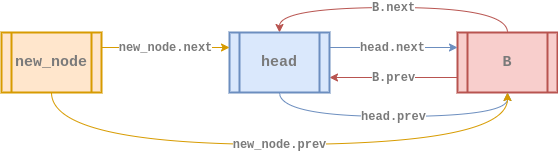
Above: assets/images/data-structure/linked-list/cll-doubly-insert_at3.png in rolemadelen/euisblue.github.io (draw.io), before the change. Source tidied: cells renumbered, new cells last; positions are measured from the earlier drawing's top-left corner, leaving out a move shared by most shapes.
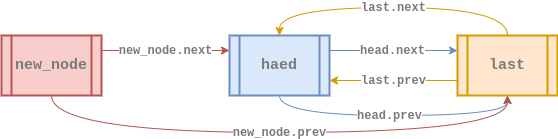
Above is the later version.

The edit, as a diff of the source:
```diff
@@ -2,46 +2,46 @@
   <root>
     <mxCell id="0" />
     <mxCell id="1" parent="0" />
-    <mxCell id="2" value="&lt;b style=&quot;color: rgb(0 , 0 , 0) ; font-size: 11px ; font-style: normal ; letter-spacing: normal ; text-align: center ; text-indent: 0px ; text-transform: none ; word-spacing: 0px ; font-family: &amp;#34;courier new&amp;#34;&quot;&gt;&lt;font color=&quot;#7a7a7a&quot; style=&quot;font-size: 12px&quot;&gt;B.prev&lt;/font&gt;&lt;/b&gt;" style="edgeStyle=none;rounded=0;sketch=0;jettySize=auto;html=1;exitX=0;exitY=0.75;exitDx=0;exitDy=0;entryX=1;entryY=0.75;entryDx=0;entryDy=0;strokeColor=#b85450;strokeWidth=1;fillColor=#f8cecc;" parent="1" edge="1" source="4" target="7">
+    <mxCell id="2" value="&lt;b style=&quot;color: rgb(0 , 0 , 0) ; font-size: 11px ; font-style: normal ; letter-spacing: normal ; text-align: center ; text-indent: 0px ; text-transform: none ; word-spacing: 0px ; font-family: &amp;#34;courier new&amp;#34;&quot;&gt;&lt;font color=&quot;#7a7a7a&quot; style=&quot;font-size: 12px&quot;&gt;last.prev&lt;/font&gt;&lt;/b&gt;" style="edgeStyle=none;rounded=0;sketch=0;jettySize=auto;html=1;exitX=0;exitY=0.75;exitDx=0;exitDy=0;entryX=1;entryY=0.75;entryDx=0;entryDy=0;strokeColor=#d79b00;strokeWidth=1;fillColor=#ffe6cc;" parent="1" edge="1" source="4" target="7">
       <mxGeometry relative="1" as="geometry" />
     </mxCell>
-    <mxCell id="3" value="&lt;b style=&quot;color: rgb(0 , 0 , 0) ; font-size: 11px ; font-style: normal ; letter-spacing: normal ; text-align: center ; text-indent: 0px ; text-transform: none ; word-spacing: 0px ; font-family: &amp;#34;courier new&amp;#34;&quot;&gt;&lt;font color=&quot;#7a7a7a&quot; style=&quot;font-size: 12px&quot;&gt;B.next&lt;/font&gt;&lt;/b&gt;" style="edgeStyle=orthogonalEdgeStyle;rounded=0;jettySize=auto;html=1;exitX=0.5;exitY=0;exitDx=0;exitDy=0;entryX=0.5;entryY=0;entryDx=0;entryDy=0;fillColor=#f8cecc;strokeColor=#b85450;curved=1;" parent="1" edge="1" source="4" target="7">
+    <mxCell id="3" value="&lt;b style=&quot;color: rgb(0 , 0 , 0) ; font-size: 11px ; font-style: normal ; letter-spacing: normal ; text-align: center ; text-indent: 0px ; text-transform: none ; word-spacing: 0px ; font-family: &amp;#34;courier new&amp;#34;&quot;&gt;&lt;font color=&quot;#7a7a7a&quot; style=&quot;font-size: 12px&quot;&gt;last.next&lt;/font&gt;&lt;/b&gt;" style="edgeStyle=orthogonalEdgeStyle;rounded=0;jettySize=auto;html=1;exitX=0.5;exitY=0;exitDx=0;exitDy=0;entryX=0.5;entryY=0;entryDx=0;entryDy=0;strokeColor=#d79b00;curved=1;fillColor=#ffe6cc;" parent="1" edge="1" source="4" target="7">
       <mxGeometry relative="1" as="geometry">
         <Array as="points">
-          <mxPoint x="506" />
-          <mxPoint x="278" />
+          <mxPoint x="506" y="-3" />
+          <mxPoint x="278" y="-3" />
         </Array>
       </mxGeometry>
     </mxCell>
-    <mxCell id="4" value="&lt;b&gt;&lt;font style=&quot;font-size: 15px ; font-style: normal&quot; face=&quot;Courier New&quot; color=&quot;#7a7a7a&quot;&gt;B&lt;/font&gt;&lt;/b&gt;" style="shape=process;whiteSpace=wrap;html=1;backgroundOutline=1;fillColor=#f8cecc;strokeColor=#b85450;gradientDirection=east;strokeWidth=2;shadow=0;glass=0;sketch=0;fontStyle=2;" parent="1" vertex="1">
+    <mxCell id="4" value="&lt;b&gt;&lt;font style=&quot;font-size: 15px ; font-style: normal&quot; face=&quot;Courier New&quot; color=&quot;#7a7a7a&quot;&gt;last&lt;/font&gt;&lt;/b&gt;" style="shape=process;whiteSpace=wrap;html=1;backgroundOutline=1;fillColor=#ffe6cc;strokeColor=#d79b00;gradientDirection=east;strokeWidth=2;shadow=0;glass=0;sketch=0;fontStyle=2;" parent="1" vertex="1">
       <mxGeometry x="456" y="25" width="100" height="60" as="geometry" />
     </mxCell>
     <mxCell id="5" value="&lt;b style=&quot;font-size: 11px ; letter-spacing: normal ; text-align: center ; text-indent: 0px ; text-transform: none ; word-spacing: 0px ; font-family: &amp;#34;courier new&amp;#34;&quot;&gt;&lt;font style=&quot;font-size: 12px&quot; color=&quot;#7a7a7a&quot;&gt;head.next&lt;/font&gt;&lt;/b&gt;" style="rounded=0;sketch=0;jettySize=auto;html=1;exitX=1;exitY=0.25;exitDx=0;exitDy=0;entryX=0;entryY=0.25;entryDx=0;entryDy=0;strokeColor=#6c8ebf;strokeWidth=1;fillColor=#dae8fc;fontStyle=0;" parent="1" edge="1" source="7" target="4">
       <mxGeometry x="-0.01" relative="1" as="geometry" />
     </mxCell>
-    <mxCell id="6" value="&lt;b style=&quot;color: rgb(0 , 0 , 0) ; font-size: 11px ; font-style: normal ; letter-spacing: normal ; text-align: center ; text-indent: 0px ; text-transform: none ; word-spacing: 0px ; font-family: &amp;#34;courier new&amp;#34;&quot;&gt;&lt;font color=&quot;#7a7a7a&quot; style=&quot;font-size: 12px&quot;&gt;head.prev&lt;/font&gt;&lt;/b&gt;" style="edgeStyle=orthogonalEdgeStyle;curved=1;rounded=0;jettySize=auto;html=1;exitX=0.5;exitY=1;exitDx=0;exitDy=0;entryX=0.5;entryY=1;entryDx=0;entryDy=0;fillColor=#dae8fc;strokeColor=#6c8ebf;" parent="1" edge="1" source="7" target="4">
-      <mxGeometry relative="1" as="geometry">
+    <mxCell id="6" value="&lt;b style=&quot;color: rgb(0 , 0 , 0) ; font-size: 11px ; font-style: normal ; letter-spacing: normal ; text-align: center ; text-indent: 0px ; text-transform: none ; word-spacing: 0px ; font-family: &amp;#34;courier new&amp;#34;&quot;&gt;&lt;font color=&quot;#7a7a7a&quot; style=&quot;font-size: 12px&quot;&gt;head.prev&lt;/font&gt;&lt;/b&gt;" style="edgeStyle=orthogonalEdgeStyle;rounded=0;jettySize=auto;html=1;exitX=0.5;exitY=1;exitDx=0;exitDy=0;entryX=0.5;entryY=1;entryDx=0;entryDy=0;fillColor=#dae8fc;strokeColor=#6c8ebf;curved=1;" parent="1" edge="1" source="7" target="4">
+      <mxGeometry x="-0.03" relative="1" as="geometry">
         <Array as="points">
-          <mxPoint x="278" y="109" />
-          <mxPoint x="506" y="109" />
+          <mxPoint x="278" y="105" />
+          <mxPoint x="506" y="105" />
         </Array>
       </mxGeometry>
     </mxCell>
-    <mxCell id="7" value="&lt;div&gt;&lt;font color=&quot;#7a7a7a&quot; face=&quot;courier new&quot; style=&quot;font-size: 15px&quot;&gt;head&lt;/font&gt;&lt;/div&gt;" style="shape=process;whiteSpace=wrap;html=1;backgroundOutline=1;fillColor=#dae8fc;strokeColor=#6c8ebf;gradientDirection=east;strokeWidth=2;shadow=0;glass=0;align=center;sketch=0;fontStyle=1;" parent="1" vertex="1">
+    <mxCell id="7" value="&lt;div&gt;&lt;font color=&quot;#7a7a7a&quot; face=&quot;courier new&quot; style=&quot;font-size: 15px&quot;&gt;haed&lt;/font&gt;&lt;/div&gt;" style="shape=process;whiteSpace=wrap;html=1;backgroundOutline=1;fillColor=#dae8fc;strokeColor=#6c8ebf;gradientDirection=east;strokeWidth=2;shadow=0;glass=0;align=center;sketch=0;fontStyle=1;" parent="1" vertex="1">
       <mxGeometry x="228" y="25" width="100" height="60" as="geometry" />
     </mxCell>
-    <mxCell id="8" value="&lt;font color=&quot;#7a7a7a&quot; face=&quot;courier new&quot;&gt;&lt;span style=&quot;font-size: 12px&quot;&gt;&lt;b&gt;new_node.next&lt;/b&gt;&lt;/span&gt;&lt;/font&gt;" style="edgeStyle=orthogonalEdgeStyle;curved=1;rounded=0;jettySize=auto;html=1;exitX=1;exitY=0.25;exitDx=0;exitDy=0;entryX=0;entryY=0.25;entryDx=0;entryDy=0;fillColor=#ffe6cc;strokeColor=#d79b00;" parent="1" edge="1" source="10" target="7">
+    <mxCell id="8" value="&lt;font color=&quot;#7a7a7a&quot; face=&quot;courier new&quot;&gt;&lt;span style=&quot;font-size: 12px&quot;&gt;&lt;b&gt;new_node.next&lt;/b&gt;&lt;/span&gt;&lt;/font&gt;" style="edgeStyle=orthogonalEdgeStyle;curved=1;rounded=0;jettySize=auto;html=1;exitX=1;exitY=0.25;exitDx=0;exitDy=0;entryX=0;entryY=0.25;entryDx=0;entryDy=0;fillColor=#f8cecc;strokeColor=#b85450;" parent="1" edge="1" source="10" target="7">
       <mxGeometry relative="1" as="geometry" />
     </mxCell>
-    <mxCell id="9" value="&lt;b style=&quot;color: rgb(0 , 0 , 0) ; font-size: 11px ; font-style: normal ; letter-spacing: normal ; text-align: center ; text-indent: 0px ; text-transform: none ; word-spacing: 0px ; font-family: &amp;#34;courier new&amp;#34;&quot;&gt;&lt;font color=&quot;#7a7a7a&quot; style=&quot;font-size: 12px&quot;&gt;new_node.prev&lt;/font&gt;&lt;/b&gt;" style="edgeStyle=orthogonalEdgeStyle;curved=1;rounded=0;jettySize=auto;html=1;exitX=0.5;exitY=1;exitDx=0;exitDy=0;entryX=0.5;entryY=1;entryDx=0;entryDy=0;fillColor=#ffe6cc;strokeColor=#d79b00;" parent="1" edge="1" source="10" target="4">
+    <mxCell id="9" value="&lt;b style=&quot;color: rgb(0 , 0 , 0) ; font-size: 11px ; font-style: normal ; letter-spacing: normal ; text-align: center ; text-indent: 0px ; text-transform: none ; word-spacing: 0px ; font-family: &amp;#34;courier new&amp;#34;&quot;&gt;&lt;font color=&quot;#7a7a7a&quot; style=&quot;font-size: 12px&quot;&gt;new_node.prev&lt;/font&gt;&lt;/b&gt;" style="edgeStyle=orthogonalEdgeStyle;curved=1;rounded=0;jettySize=auto;html=1;exitX=0.5;exitY=1;exitDx=0;exitDy=0;entryX=0.5;entryY=1;entryDx=0;entryDy=0;strokeColor=#b85450;fillColor=#f8cecc;" parent="1" edge="1" source="10" target="4">
       <mxGeometry relative="1" as="geometry">
         <Array as="points">
-          <mxPoint x="50" y="137" />
-          <mxPoint x="506" y="137" />
+          <mxPoint x="50" y="122" />
+          <mxPoint x="506" y="122" />
         </Array>
       </mxGeometry>
     </mxCell>
-    <mxCell id="10" value="&lt;div&gt;&lt;font color=&quot;#7a7a7a&quot; face=&quot;courier new&quot; style=&quot;font-size: 15px&quot;&gt;new_node&lt;/font&gt;&lt;/div&gt;" style="shape=process;whiteSpace=wrap;html=1;backgroundOutline=1;fillColor=#ffe6cc;strokeColor=#d79b00;gradientDirection=east;strokeWidth=2;shadow=0;glass=0;align=center;sketch=0;fontStyle=1;" parent="1" vertex="1">
+    <mxCell id="10" value="&lt;div&gt;&lt;font color=&quot;#7a7a7a&quot; face=&quot;courier new&quot;&gt;&lt;span style=&quot;font-size: 15px&quot;&gt;new_node&lt;/span&gt;&lt;/font&gt;&lt;/div&gt;" style="shape=process;whiteSpace=wrap;html=1;backgroundOutline=1;fillColor=#f8cecc;strokeColor=#b85450;gradientDirection=east;strokeWidth=2;shadow=0;glass=0;align=center;sketch=0;fontStyle=1;" parent="1" vertex="1">
       <mxGeometry y="25" width="100" height="60" as="geometry" />
     </mxCell>
   </root>
```
